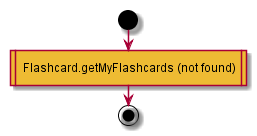
The PlantUML diagram test2/diagrams/StudyFlashcards.GET.search.png in MaxXx1313/testwiki, before a commit. The source it was exported from:
```plantuml
@startuml
start
#eebb33: Flashcard.getMyFlashcards (not found)|
end;
@enduml
```
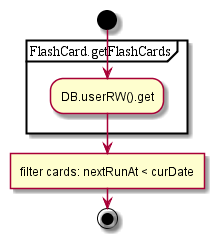
Above is the later version.

The edit, as a diff of the source:
```diff
@@ -1,5 +1,8 @@
 @startuml
 start
-#eebb33: Flashcard.getMyFlashcards (not found)|
+partition FlashCard.getFlashCards {
+:DB.userRW().get;
+}
+:filter cards: nextRunAt < curDate]
 end;
 @enduml
```
